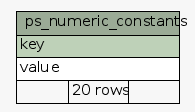
This is manuals_and_examples/manuals/doc-petascope/dbschema/schema/diagrams/summary/ps_numeric_constants.1degree.png from kalxas/rasdaman, a Graphviz export, as it was before one commit. Its source is kept beside it as manuals_and_examples/manuals/doc-petascope/dbschema/schema/diagrams/summary/ps_numeric_constants.1degree.dot.
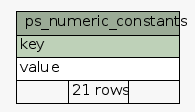
The same diagram one commit later.

What changed in the source:
```diff
@@ -21,7 +21,7 @@
       <TR><TD COLSPAN="3" BGCOLOR="#9bab96" ALIGN="CENTER">ps_numeric_constants</TD></TR>
       <TR><TD PORT="key" COLSPAN="3" BGCOLOR="#bed1b8" ALIGN="LEFT">key</TD></TR>
       <TR><TD PORT="value" COLSPAN="3" ALIGN="LEFT">value</TD></TR>
-      <TR><TD ALIGN="LEFT" BGCOLOR="#f7f7f7">  </TD><TD ALIGN="RIGHT" BGCOLOR="#f7f7f7">20 rows</TD><TD ALIGN="RIGHT" BGCOLOR="#f7f7f7">  </TD></TR>
+      <TR><TD ALIGN="LEFT" BGCOLOR="#f7f7f7">  </TD><TD ALIGN="RIGHT" BGCOLOR="#f7f7f7">21 rows</TD><TD ALIGN="RIGHT" BGCOLOR="#f7f7f7">  </TD></TR>
     </TABLE>>
     URL="tables/ps_numeric_constants.html"
     tooltip="ps_numeric_constants"
```
